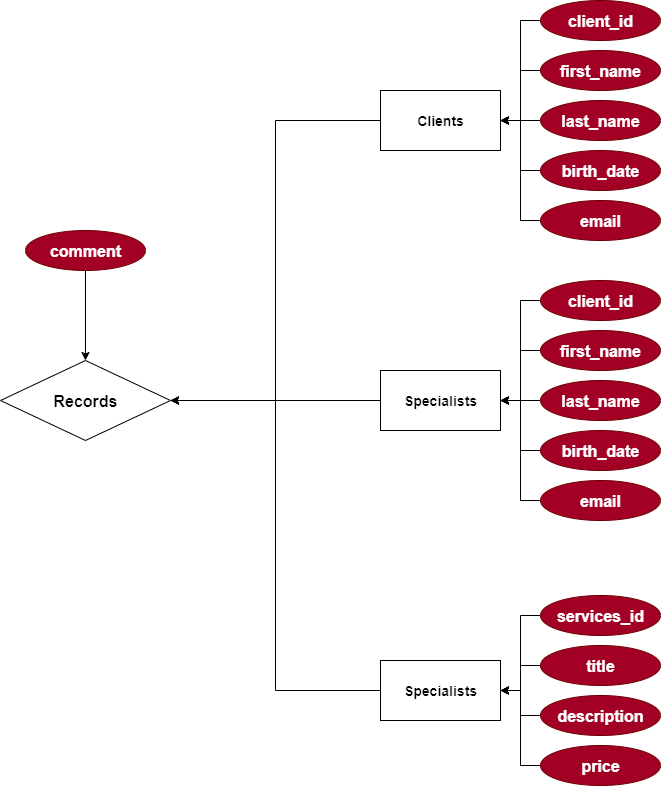
This is Labs/Lab_01/scheme/scheme2.drawio.png from Pricolistok/Databases, a draw.io export, as it was before one commit. Source tidied: cells renumbered, new cells last; positions are measured from the earlier drawing's top-left corner, leaving out a move shared by most shapes.
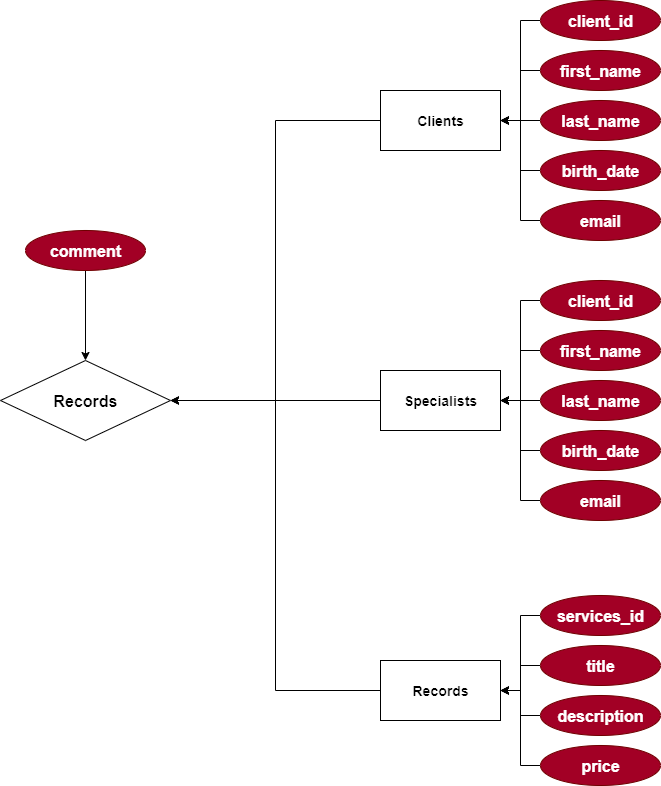
Later version of the same file.

Commit message:
add new note and new schemas

Diff of the diagram source:
```diff
@@ -77,7 +77,7 @@
     <mxCell id="26" style="edgeStyle=orthogonalEdgeStyle;rounded=0;jettySize=auto;html=1;entryX=1;entryY=0.5;entryDx=0;entryDy=0;" parent="1" edge="1" source="27" target="36">
       <mxGeometry relative="1" as="geometry" />
     </mxCell>
-    <mxCell id="27" value="&lt;span style=&quot;text-wrap-mode: nowrap;&quot;&gt;&lt;b&gt;Specialists&lt;/b&gt;&lt;/span&gt;" style="rounded=0;whiteSpace=wrap;html=1;fillColor=light-dark(#FFFFFF,#A9C4EB);fontColor=light-dark(#000000,#000000);fontSize=14;" parent="1" vertex="1">
+    <mxCell id="27" value="&lt;span style=&quot;text-wrap-mode: nowrap;&quot;&gt;&lt;b&gt;Records&lt;/b&gt;&lt;/span&gt;" style="rounded=0;whiteSpace=wrap;html=1;fillColor=light-dark(#FFFFFF,#A9C4EB);fontColor=light-dark(#000000,#000000);fontSize=14;" parent="1" vertex="1">
       <mxGeometry x="380" y="660" width="120" height="60" as="geometry" />
     </mxCell>
     <mxCell id="28" style="edgeStyle=orthogonalEdgeStyle;rounded=0;jettySize=auto;html=1;entryX=1;entryY=0.5;entryDx=0;entryDy=0;" parent="1" edge="1" source="29" target="27">
```
